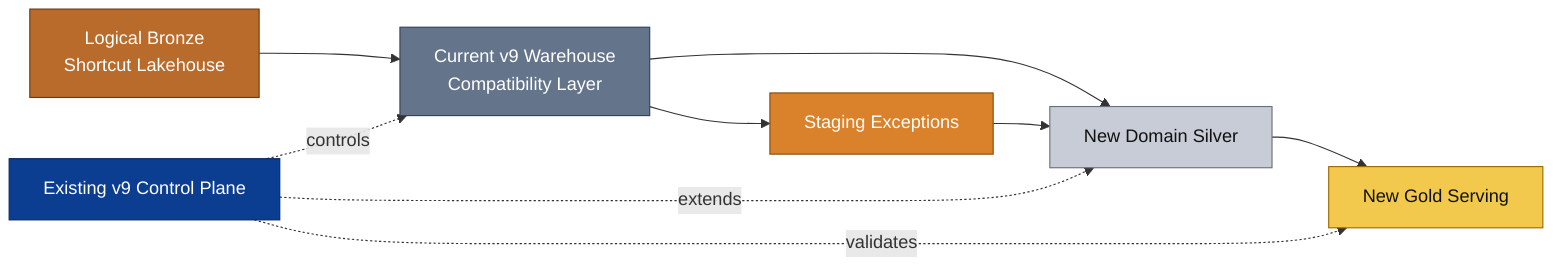
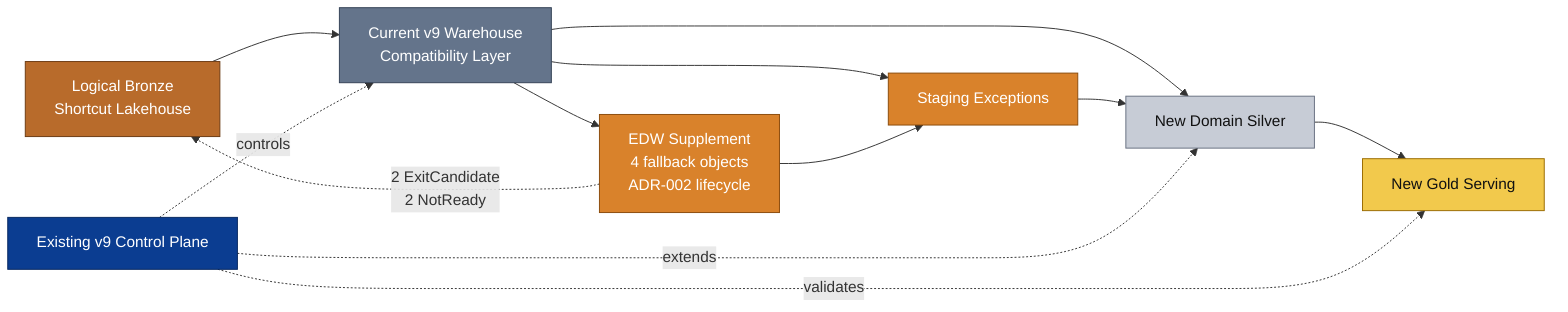
flowchart LR
    LH["Logical Bronze<br/>Shortcut Lakehouse"]
    OLD["Current v9 Warehouse<br/>Compatibility Layer"]
+     EDW["EDW Supplement<br/>4 fallback objects<br/>ADR-002 lifecycle"]
    STG["Staging Exceptions"]
    SIL["New Domain Silver"]
    GOLD["New Gold Serving"]
    CTRL["Existing v9 Control Plane"]

    LH --> OLD
    OLD --> STG
+     OLD --> EDW
+     EDW --> STG
+     EDW -.->|"2 ExitCandidate<br/>2 NotReady"| LH
    OLD --> SIL
    STG --> SIL
    SIL --> GOLD
    CTRL -.->|"controls"| OLD
    CTRL -.->|"extends"| SIL
    CTRL -.->|"validates"| GOLD

    class LH bronze
    class OLD legacy
-     class STG staging
+     class EDW,STG staging
    class SIL silver
    class GOLD gold
    class CTRL control

    classDef bronze fill:#B86B2B,stroke:#6B3A12,color:#FFFFFF
    classDef legacy fill:#64748B,stroke:#334155,color:#FFFFFF
    classDef staging fill:#D9822B,stroke:#8A4A0A,color:#FFFFFF
    classDef silver fill:#C7CCD6,stroke:#687080,color:#111111
    classDef gold fill:#F2C94C,stroke:#9A6B00,color:#111111
    classDef control fill:#0B3D91,stroke:#06275F,color:#FFFFFF
